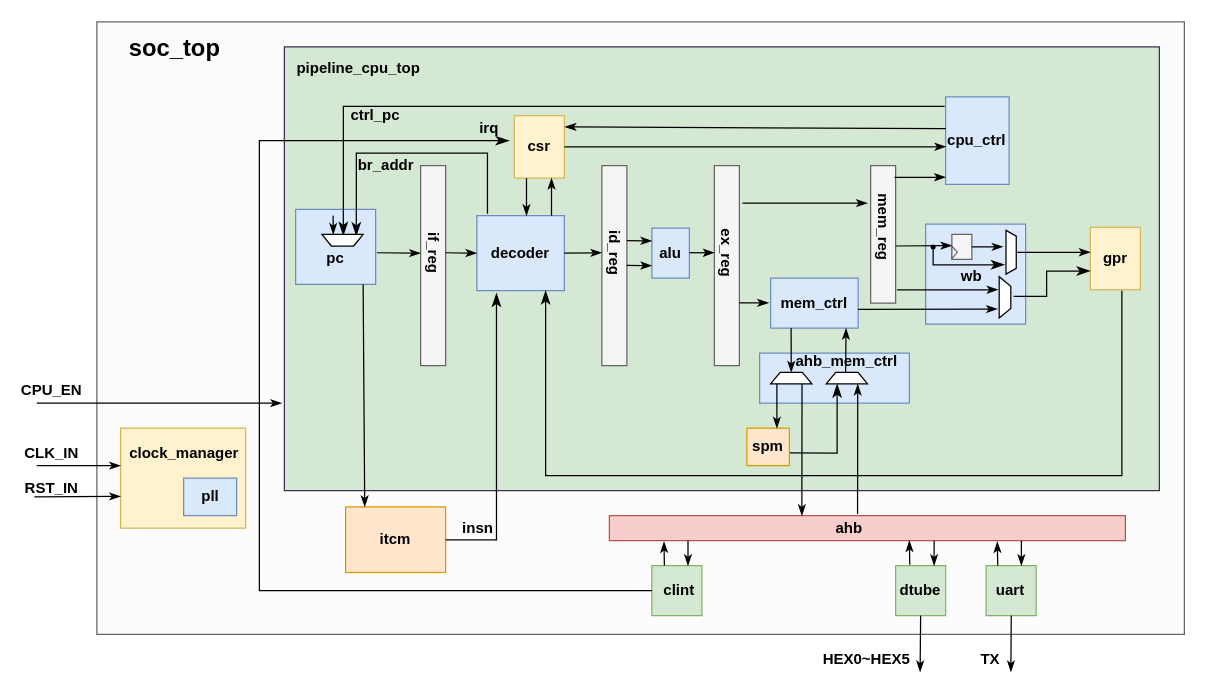
The draw.io diagram notes/ahb_cpu.drawio in meosii/siiCpu, before the edit. Source tidied: cells renumbered, new cells numbered last; positions are measured from the earlier drawing's top-left corner, leaving out a move shared by most shapes. Both pictures are drawn from the tidied source at 125%, with x=0, y=0 at pixel (20, 21).
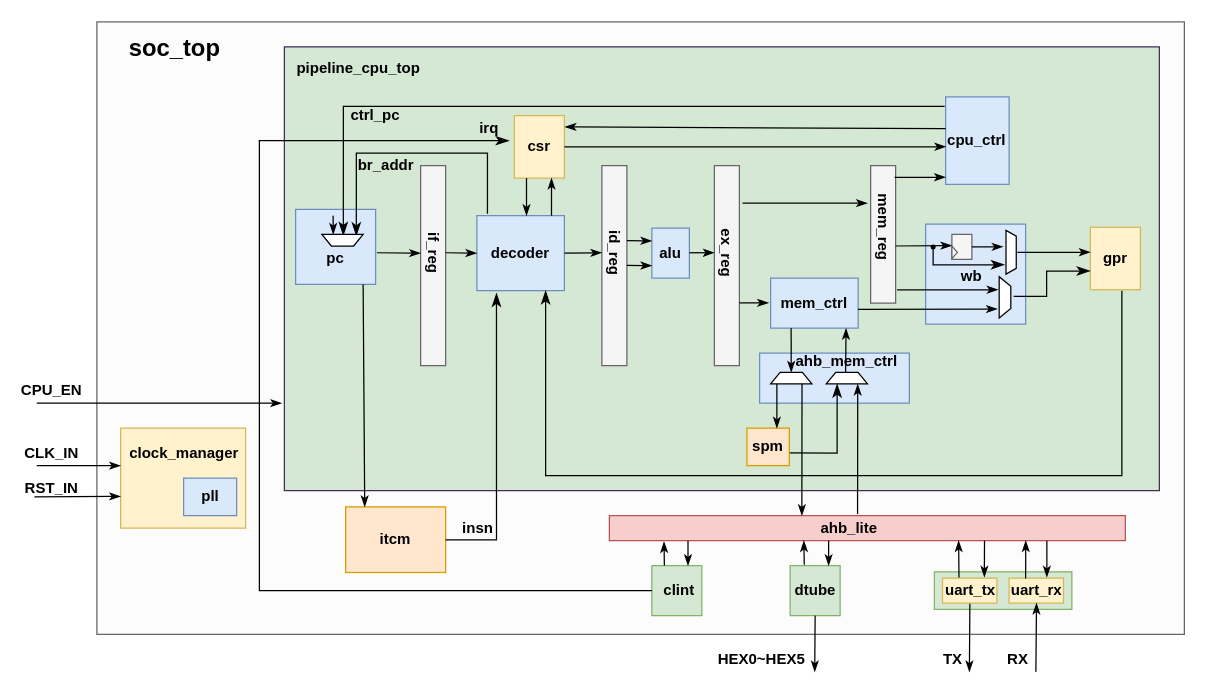
The same diagram, later.

The change refers to these unchanged cells:
```xml
<mxCell id="4" style="rounded=0;whiteSpace=wrap;html=1;fontStyle=0;fillColor=#f8cecc;strokeColor=#b85450;" parent="1" vertex="1">
  <mxGeometry x="471" y="395" width="412.8" height="20" as="geometry" />
</mxCell>
```

Diff of the diagram source:
```diff
@@
-    <mxCell id="26" value="ahb" style="text;strokeColor=none;align=center;fillColor=none;html=1;verticalAlign=middle;whiteSpace=wrap;rounded=0;fontStyle=1;" parent="1" vertex="1">
+    <mxCell id="26" value="ahb_lite" style="text;strokeColor=none;align=center;fillColor=none;html=1;verticalAlign=middle;whiteSpace=wrap;rounded=0;fontStyle=1;" parent="1" vertex="1">
       <mxGeometry x="633" y="395" width="60" height="20" as="geometry" />
     </mxCell>
@@
     <mxCell id="84" style="rounded=0;whiteSpace=wrap;html=1;fontStyle=0;fillColor=#d5e8d4;strokeColor=#82b366;" parent="1" vertex="1">
-      <mxGeometry x="772.4" y="435" width="40" height="40" as="geometry" />
+      <mxGeometry x="731" y="440" width="110" height="30" as="geometry" />
     </mxCell>
-    <mxCell id="85" style="endArrow=classicThin;html=1;curved=1;rounded=0;endFill=1;entryX=0.095;entryY=1.035;entryDx=0;entryDy=0;entryPerimeter=0;exitX=0.25;exitY=0;exitDx=0;exitDy=0;" parent="1" edge="1">
+    <mxCell id="85" style="endArrow=classicThin;html=1;curved=1;rounded=0;endFill=1;entryX=0.095;entryY=1.035;entryDx=0;entryDy=0;entryPerimeter=0;exitX=0.206;exitY=0.035;exitDx=0;exitDy=0;exitPerimeter=0;" parent="1" edge="1">
       <mxGeometry relative="1" as="geometry">
-        <mxPoint x="781.7" y="435" as="sourcePoint" />
-        <mxPoint x="781.3" y="415.7" as="targetPoint" />
+        <mxPoint x="750.7" y="445" as="sourcePoint" />
+        <mxPoint x="750.4" y="415" as="targetPoint" />
       </mxGeometry>
     </mxCell>
-    <mxCell id="86" style="endArrow=classicThin;html=1;curved=1;rounded=0;endFill=1;entryX=0.5;entryY=1;entryDx=0;entryDy=0;exitX=0.25;exitY=0;exitDx=0;exitDy=0;" parent="1" edge="1">
+    <mxCell id="86" style="endArrow=classicThin;html=1;curved=1;rounded=0;endFill=1;entryX=0.5;entryY=1;entryDx=0;entryDy=0;exitX=0.727;exitY=1.001;exitDx=0;exitDy=0;exitPerimeter=0;" parent="1" edge="1" source="4">
       <mxGeometry relative="1" as="geometry">
-        <mxPoint x="800.6" y="415" as="sourcePoint" />
-        <mxPoint x="800.6" y="435" as="targetPoint" />
+        <mxPoint x="771" y="444.2" as="targetPoint" />
+        <Array as="points">
+          <mxPoint x="771" y="430" />
+        </Array>
       </mxGeometry>
     </mxCell>
-    <mxCell id="87" value="uart" style="text;strokeColor=none;align=center;fillColor=none;html=1;verticalAlign=middle;whiteSpace=wrap;rounded=0;fontStyle=1;" parent="1" vertex="1">
-      <mxGeometry x="762.4" y="445" width="60" height="20" as="geometry" />
-    </mxCell>
     <mxCell id="88" style="endArrow=classicThin;html=1;curved=1;rounded=0;endFill=1;exitX=1;exitY=0.5;exitDx=0;exitDy=0;fillColor=#e1d5e7;strokeColor=#000000;" parent="1" edge="1">
       <mxGeometry relative="1" as="geometry">
-        <mxPoint x="792.5" y="475" as="sourcePoint" />
-        <mxPoint x="792.2" y="520" as="targetPoint" />
+        <mxPoint x="759.4" y="465" as="sourcePoint" />
+        <mxPoint x="759" y="520" as="targetPoint" />
       </mxGeometry>
     </mxCell>
     <mxCell id="89" value="TX" style="text;strokeColor=none;align=center;fillColor=none;html=1;verticalAlign=middle;whiteSpace=wrap;rounded=0;fontStyle=1;" parent="1" vertex="1">
-      <mxGeometry x="760.8" y="500" width="30" height="20" as="geometry" />
+      <mxGeometry x="730.8" y="500" width="30" height="20" as="geometry" />
     </mxCell>
@@
     <mxCell id="105" style="rounded=0;whiteSpace=wrap;html=1;fontStyle=0;fillColor=#d5e8d4;strokeColor=#82b366;" parent="1" vertex="1">
-      <mxGeometry x="700" y="435" width="40" height="40" as="geometry" />
+      <mxGeometry x="615.6" y="435" width="40" height="40" as="geometry" />
     </mxCell>
     <mxCell id="106" value="dtube" style="text;strokeColor=none;align=center;fillColor=none;html=1;verticalAlign=middle;whiteSpace=wrap;rounded=0;fontStyle=1;" parent="1" vertex="1">
-      <mxGeometry x="690" y="445" width="60" height="20" as="geometry" />
+      <mxGeometry x="605.6" y="445" width="60" height="20" as="geometry" />
     </mxCell>
     <mxCell id="107" style="endArrow=classicThin;html=1;curved=1;rounded=0;endFill=1;entryX=0.095;entryY=1.035;entryDx=0;entryDy=0;entryPerimeter=0;exitX=0.25;exitY=0;exitDx=0;exitDy=0;" parent="1" edge="1">
       <mxGeometry relative="1" as="geometry">
-        <mxPoint x="711.3" y="434.3" as="sourcePoint" />
-        <mxPoint x="711" y="415" as="targetPoint" />
+        <mxPoint x="626.9" y="434.3" as="sourcePoint" />
+        <mxPoint x="626.6" y="415" as="targetPoint" />
       </mxGeometry>
     </mxCell>
     <mxCell id="108" style="endArrow=classicThin;html=1;curved=1;rounded=0;endFill=1;entryX=0.5;entryY=1;entryDx=0;entryDy=0;exitX=0.25;exitY=0;exitDx=0;exitDy=0;" parent="1" edge="1">
       <mxGeometry relative="1" as="geometry">
-        <mxPoint x="730.8" y="415" as="sourcePoint" />
-        <mxPoint x="730.8" y="435" as="targetPoint" />
+        <mxPoint x="646.4" y="415" as="sourcePoint" />
+        <mxPoint x="646.4" y="435" as="targetPoint" />
       </mxGeometry>
     </mxCell>
     <mxCell id="109" style="endArrow=classicThin;html=1;curved=1;rounded=0;endFill=1;exitX=1;exitY=0.5;exitDx=0;exitDy=0;fillColor=#e1d5e7;strokeColor=#000000;" parent="1" edge="1">
       <mxGeometry relative="1" as="geometry">
-        <mxPoint x="720" y="475" as="sourcePoint" />
-        <mxPoint x="719.6" y="520" as="targetPoint" />
+        <mxPoint x="635.6" y="475" as="sourcePoint" />
+        <mxPoint x="635.3" y="520" as="targetPoint" />
       </mxGeometry>
     </mxCell>
     <mxCell id="110" value="HEX0~HEX5" style="text;strokeColor=none;align=center;fillColor=none;html=1;verticalAlign=middle;whiteSpace=wrap;rounded=0;fontStyle=1;" parent="1" vertex="1">
-      <mxGeometry x="639.4" y="500" width="76" height="20" as="geometry" />
+      <mxGeometry x="555" y="500" width="76" height="20" as="geometry" />
     </mxCell>
+    <mxCell id="111" style="rounded=0;whiteSpace=wrap;html=1;fontStyle=0;fillColor=#fff2cc;strokeColor=#d6b656;" parent="1" vertex="1">
+      <mxGeometry x="737.5" y="445" width="43.5" height="20" as="geometry" />
+    </mxCell>
+    <mxCell id="87" value="uart_tx" style="text;strokeColor=none;align=center;fillColor=none;html=1;verticalAlign=middle;whiteSpace=wrap;rounded=0;fontStyle=1;" parent="1" vertex="1">
+      <mxGeometry x="740" y="447.5" width="39.8" height="15" as="geometry" />
+    </mxCell>
+    <mxCell id="112" style="rounded=0;whiteSpace=wrap;html=1;fontStyle=0;fillColor=#fff2cc;strokeColor=#d6b656;" parent="1" vertex="1">
+      <mxGeometry x="790.8" y="445" width="43.5" height="20" as="geometry" />
+    </mxCell>
+    <mxCell id="113" value="uart_rx" style="text;strokeColor=none;align=center;fillColor=none;html=1;verticalAlign=middle;whiteSpace=wrap;rounded=0;fontStyle=1;" parent="1" vertex="1">
+      <mxGeometry x="782.5" y="445" width="60" height="20" as="geometry" />
+    </mxCell>
+    <mxCell id="114" style="endArrow=classicThin;html=1;curved=1;rounded=0;endFill=1;entryX=0.095;entryY=1.035;entryDx=0;entryDy=0;entryPerimeter=0;exitX=0.206;exitY=0.035;exitDx=0;exitDy=0;exitPerimeter=0;" parent="1" edge="1">
+      <mxGeometry relative="1" as="geometry">
+        <mxPoint x="804" y="445.3" as="sourcePoint" />
+        <mxPoint x="804.1" y="415" as="targetPoint" />
+      </mxGeometry>
+    </mxCell>
+    <mxCell id="115" style="endArrow=classicThin;html=1;curved=1;rounded=0;endFill=1;entryX=0.5;entryY=1;entryDx=0;entryDy=0;exitX=0.727;exitY=1.001;exitDx=0;exitDy=0;exitPerimeter=0;" parent="1" edge="1">
+      <mxGeometry relative="1" as="geometry">
+        <mxPoint x="821" y="415" as="sourcePoint" />
+        <mxPoint x="821" y="444.2" as="targetPoint" />
+      </mxGeometry>
+    </mxCell>
+    <mxCell id="116" style="endArrow=classicThin;html=1;curved=1;rounded=0;endFill=1;entryX=0.095;entryY=1.035;entryDx=0;entryDy=0;entryPerimeter=0;" parent="1" edge="1">
+      <mxGeometry relative="1" as="geometry">
+        <mxPoint x="812.2" y="520" as="sourcePoint" />
+        <mxPoint x="812.7" y="465" as="targetPoint" />
+      </mxGeometry>
+    </mxCell>
+    <mxCell id="117" value="RX" style="text;strokeColor=none;align=center;fillColor=none;html=1;verticalAlign=middle;whiteSpace=wrap;rounded=0;fontStyle=1;" parent="1" vertex="1">
+      <mxGeometry x="782.5" y="500" width="30" height="20" as="geometry" />
+    </mxCell>
```
